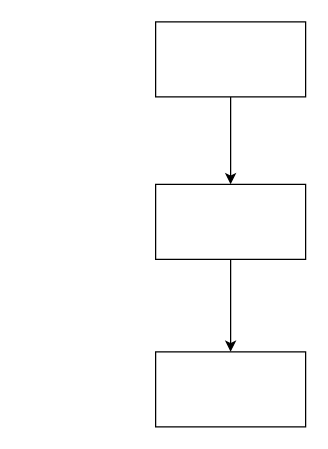
This is 未命名绘图.drawio from lituo666/uart-STC8F, a draw.io file, before an edit. Source tidied: cells renumbered, new cells numbered last; positions are measured from the earlier drawing's top-left corner, leaving out a move shared by most shapes. Both pictures are drawn from the tidied source at 125%, with x=0, y=0 at pixel (155, 21).
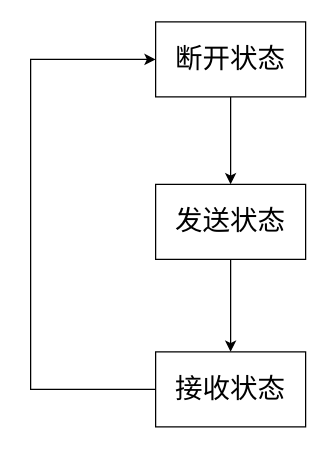
The same page after the edit.

Commit message (it also covers changes not shown here):
更新未命名绘图.drawio

What changed in the source:
```diff
@@
 <mxGraphModel>
   <root>
     <mxCell id="0" />
     <mxCell id="1" parent="0" />
     <mxCell id="2" style="edgeStyle=orthogonalEdgeStyle;rounded=0;jettySize=auto;html=1;exitX=0.5;exitY=1;exitDx=0;exitDy=0;entryX=0.5;entryY=0;entryDx=0;entryDy=0;" parent="1" edge="1" source="3" target="5">
       <mxGeometry relative="1" as="geometry" />
     </mxCell>
-    <mxCell id="3" style="rounded=0;whiteSpace=wrap;html=1;" parent="1" vertex="1">
+    <mxCell id="3" value="断开状态" style="rounded=0;whiteSpace=wrap;html=1;fontSize=22;" parent="1" vertex="1">
       <mxGeometry width="120" height="60" as="geometry" />
     </mxCell>
     <mxCell id="4" style="edgeStyle=orthogonalEdgeStyle;rounded=0;jettySize=auto;html=1;" parent="1" edge="1" source="5" target="6">
       <mxGeometry relative="1" as="geometry" />
     </mxCell>
-    <mxCell id="5" style="rounded=0;whiteSpace=wrap;html=1;" parent="1" vertex="1">
+    <mxCell id="5" value="发送状态" style="rounded=0;whiteSpace=wrap;html=1;fontSize=22;" parent="1" vertex="1">
       <mxGeometry y="130" width="120" height="60" as="geometry" />
     </mxCell>
+    <mxCell id="7" style="edgeStyle=orthogonalEdgeStyle;rounded=0;jettySize=auto;html=1;entryX=0;entryY=0.5;entryDx=0;entryDy=0;fontSize=22;" parent="1" edge="1" source="6" target="3">
+      <mxGeometry relative="1" as="geometry">
+        <Array as="points">
+          <mxPoint x="-100" y="294" />
+          <mxPoint x="-100" y="30" />
+        </Array>
+      </mxGeometry>
+    </mxCell>
-    <mxCell id="6" style="rounded=0;whiteSpace=wrap;html=1;" parent="1" vertex="1">
+    <mxCell id="6" value="接收状态" style="rounded=0;whiteSpace=wrap;html=1;fontSize=22;" parent="1" vertex="1">
       <mxGeometry y="264" width="120" height="60" as="geometry" />
     </mxCell>
   </root>
 </mxGraphModel>
```
